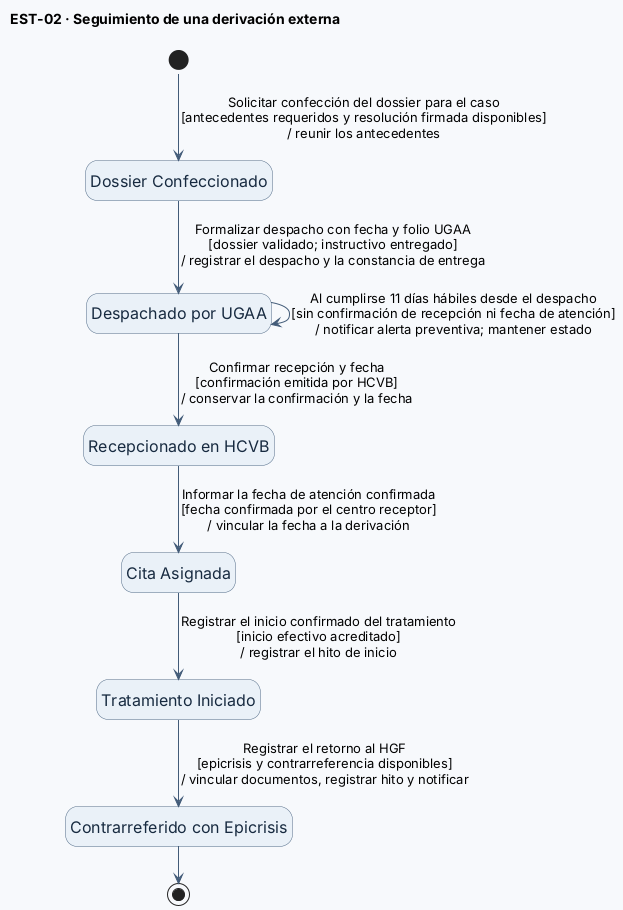
br1fz/OncoTrace keeps this PlantUML diagram as diagramas/EST-02-DossierDigitalDerivacion.png. Above is the earlier version. Source of this version:
```plantuml
@startuml EST-02-DossierDigitalDerivacion
!pragma layout smetana
top to bottom direction
hide empty description
skinparam shadowing false
skinparam backgroundColor #F7F9FC
skinparam defaultFontName SansSerif
skinparam stateFontSize 16
skinparam stateArrowFontSize 13
skinparam state {
  BackgroundColor #EAF1F8
  BorderColor #526B87
  FontColor #172A40
  ArrowColor #425B78
  StartColor #526B87
  EndColor #526B87
}
title EST-02 · Seguimiento de una derivación externa

[*] --> Confeccionado : Solicitar confección del dossier para el caso\n[antecedentes requeridos y resolución firmada disponibles]\n/ reunir los antecedentes
state "Dossier Confeccionado" as Confeccionado
state "Despachado por UGAA" as Despachado
state "Recepcionado en HCVB" as Recepcionado
state "Cita Asignada" as Cita
state "Tratamiento Iniciado" as Tratamiento
state "Contrarreferido con Epicrisis" as Contrarreferido

Confeccionado --> Despachado : Formalizar despacho con fecha y folio UGAA\n[dossier validado; instructivo entregado]\n/ registrar el despacho y la constancia de entrega
Despachado --> Recepcionado : Confirmar recepción y fecha\n[confirmación emitida por HCVB]\n/ conservar la confirmación y la fecha
Despachado --> Despachado : Al cumplirse 11 días hábiles desde el despacho\n[sin confirmación de recepción ni fecha de atención]\n/ notificar alerta preventiva; mantener estado
Recepcionado --> Cita : Informar la fecha de atención confirmada\n[fecha confirmada por el centro receptor]\n/ vincular la fecha a la derivación
Cita --> Tratamiento : Registrar el inicio confirmado del tratamiento\n[inicio efectivo acreditado]\n/ registrar el hito de inicio
Tratamiento --> Contrarreferido : Registrar el retorno al HGF\n[epicrisis y contrarreferencia disponibles]\n/ vincular documentos, registrar hito y notificar
Contrarreferido --> [*]
@enduml
```
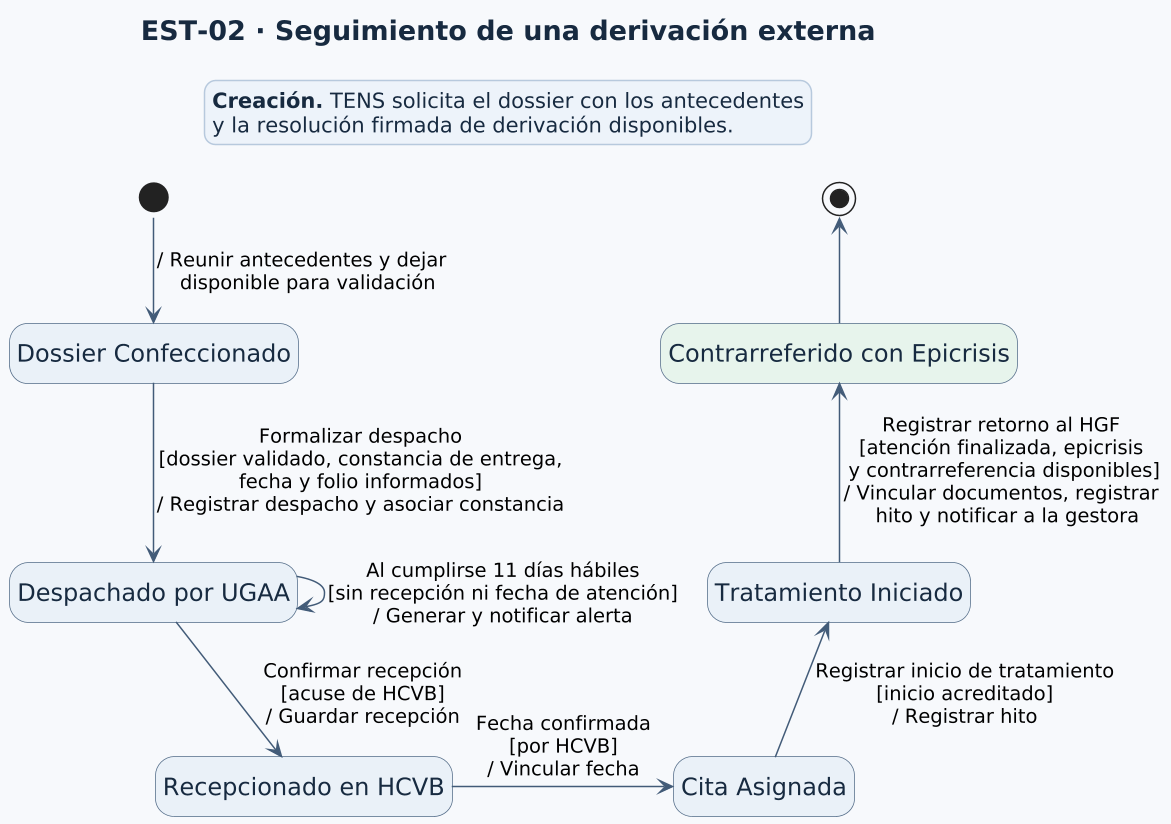
Above is the later version.

Commit message:
ordenar los diagramas EST-01 y EST-02

Diff of the diagram source:
```diff
@@ -1,12 +1,17 @@
 @startuml EST-02-DossierDigitalDerivacion
 !pragma layout smetana
-top to bottom direction
 hide empty description
 skinparam shadowing false
+skinparam dpi 144
 skinparam backgroundColor #F7F9FC
 skinparam defaultFontName SansSerif
+skinparam titleFontSize 18
+skinparam titleFontColor #172A40
 skinparam stateFontSize 16
 skinparam stateArrowFontSize 13
+skinparam legendBackgroundColor #EDF3FA
+skinparam legendBorderColor #B7C9DD
+skinparam legendFontColor #172A40
 skinparam state {
   BackgroundColor #EAF1F8
   BorderColor #526B87
@@ -15,21 +20,27 @@
   StartColor #526B87
   EndColor #526B87
 }
+
 title EST-02 · Seguimiento de una derivación externa
 
-[*] --> Confeccionado : Solicitar confección del dossier para el caso\n[antecedentes requeridos y resolución firmada disponibles]\n/ reunir los antecedentes
-state "Dossier Confeccionado" as Confeccionado
-state "Despachado por UGAA" as Despachado
-state "Recepcionado en HCVB" as Recepcionado
-state "Cita Asignada" as Cita
-state "Tratamiento Iniciado" as Tratamiento
-state "Contrarreferido con Epicrisis" as Contrarreferido
+state "Dossier Confeccionado" as C
+state "Despachado por UGAA" as D
+state "Recepcionado en HCVB" as R
+state "Cita Asignada" as A
+state "Tratamiento Iniciado" as T
+state "Contrarreferido con Epicrisis" as E #E7F4EC
 
-Confeccionado --> Despachado : Formalizar despacho con fecha y folio UGAA\n[dossier validado; instructivo entregado]\n/ registrar el despacho y la constancia de entrega
-Despachado --> Recepcionado : Confirmar recepción y fecha\n[confirmación emitida por HCVB]\n/ conservar la confirmación y la fecha
-Despachado --> Despachado : Al cumplirse 11 días hábiles desde el despacho\n[sin confirmación de recepción ni fecha de atención]\n/ notificar alerta preventiva; mantener estado
-Recepcionado --> Cita : Informar la fecha de atención confirmada\n[fecha confirmada por el centro receptor]\n/ vincular la fecha a la derivación
-Cita --> Tratamiento : Registrar el inicio confirmado del tratamiento\n[inicio efectivo acreditado]\n/ registrar el hito de inicio
-Tratamiento --> Contrarreferido : Registrar el retorno al HGF\n[epicrisis y contrarreferencia disponibles]\n/ vincular documentos, registrar hito y notificar
-Contrarreferido --> [*]
+[*] -down-> C : / Reunir antecedentes y dejar\n  disponible para validación
+C -down-> D : Formalizar despacho\n[dossier validado, constancia de entrega,\nfecha y folio informados]\n/ Registrar despacho y asociar constancia
+D -down-> R : Confirmar recepción\n[acuse de HCVB]\n/ Guardar recepción
+D --> D : Al cumplirse 11 días hábiles\n[sin recepción ni fecha de atención]\n/ Generar y notificar alerta
+R -right-> A : Fecha confirmada\n[por HCVB]\n/ Vincular fecha
+A -up-> T : Registrar inicio de tratamiento\n[inicio acreditado]\n/ Registrar hito
+T -up-> E : Registrar retorno al HGF\n[atención finalizada, epicrisis\n y contrarreferencia disponibles]\n/ Vincular documentos, registrar\n  hito y notificar a la gestora
+E -up-> [*]
+
+legend top
+  **Creación.** TENS solicita el dossier con los antecedentes
+  y la resolución firmada de derivación disponibles.
+endlegend
 @enduml
```
